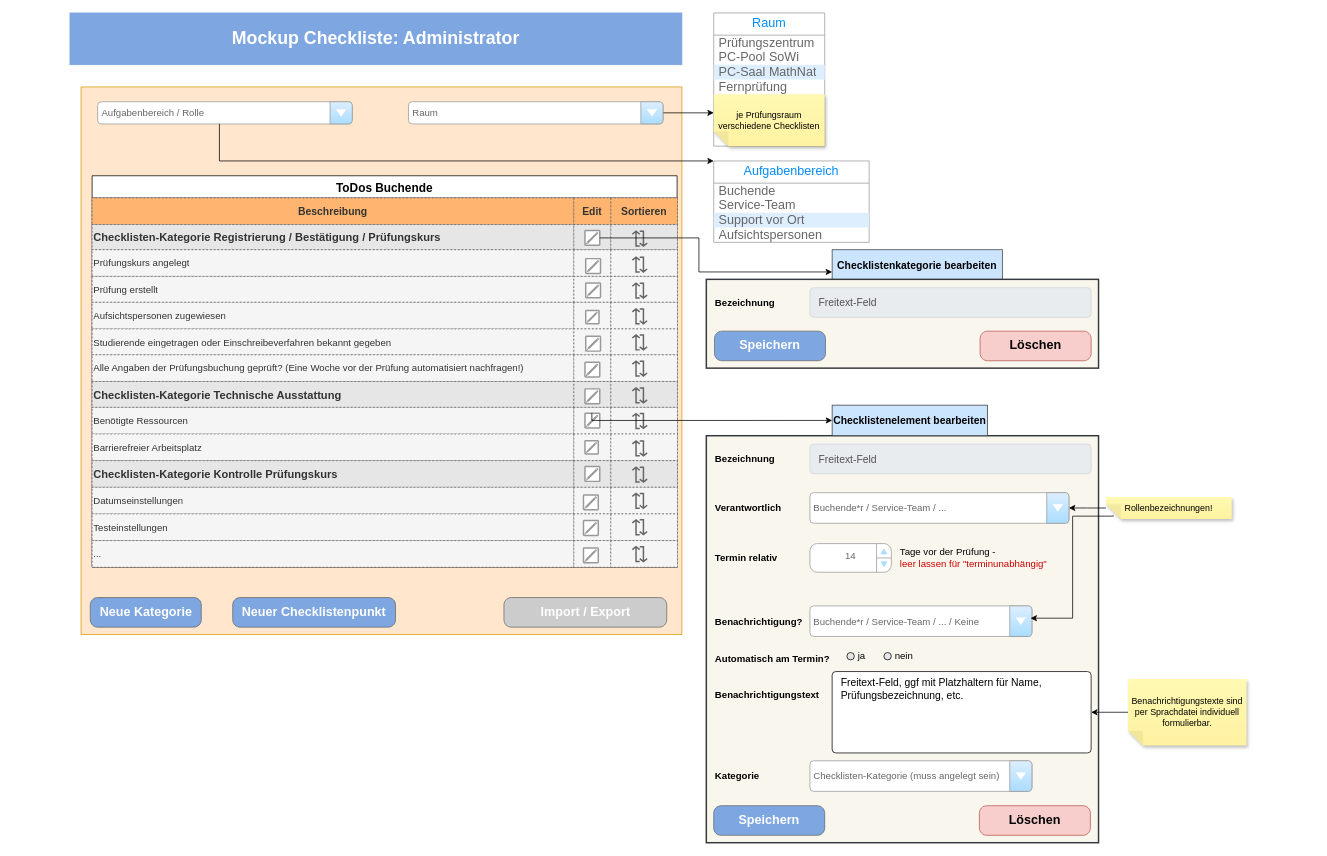
melanietreitinger/buchungstool keeps this draw.io diagram as page "Checkliste" (1 of 2) of Administrator.drawio. Above is the earlier version. Source tidied: cells renumbered, new cells numbered last; positions are measured from the earlier drawing's top-left corner, leaving out a move shared by most shapes. Both pictures are drawn from the tidied source at 74%, with x=0, y=0 at pixel (70, 13).
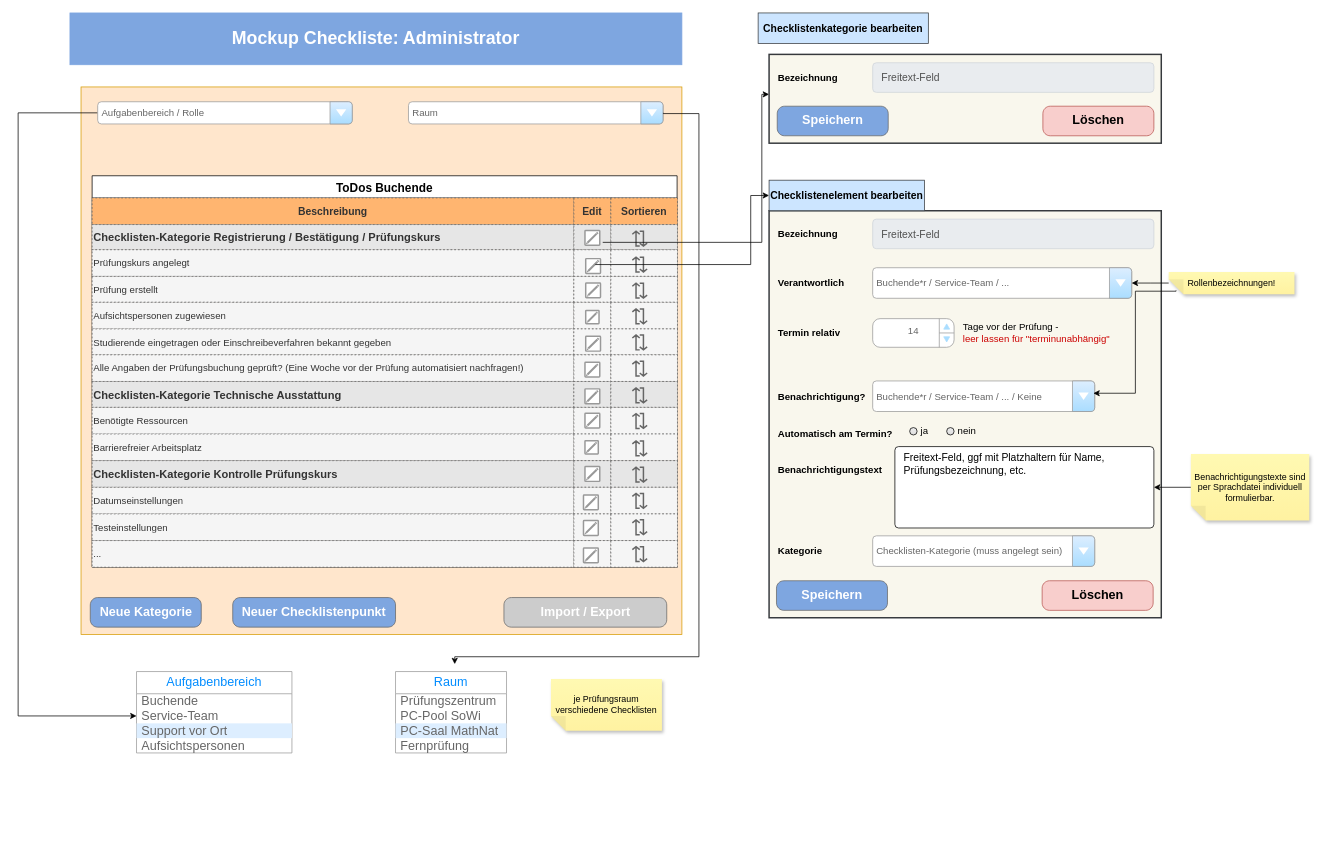
The same page after the edit.

Unchanged cells that the change refers to:
```xml
<mxCell id="65" style="strokeColor=#999999;verticalLabelPosition=bottom;shadow=0;dashed=0;verticalAlign=top;strokeWidth=2;html=1;shape=mxgraph.mockup.misc.editIcon;rotation=0;" parent="1" vertex="1">
  <mxGeometry x="696" y="294" width="20" height="20" as="geometry" />
</mxCell>
<mxCell id="73" style="strokeColor=#999999;verticalLabelPosition=bottom;shadow=0;dashed=0;verticalAlign=top;strokeWidth=2;html=1;shape=mxgraph.mockup.misc.editIcon;rotation=0;" parent="1" vertex="1">
  <mxGeometry x="696" y="541" width="20" height="20" as="geometry" />
</mxCell>
<mxCell id="79" value="&lt;font style=&quot;font-size: 13px;&quot;&gt;Aufgabenbereich / Rolle&lt;/font&gt;" style="strokeWidth=1;shadow=0;dashed=0;align=center;html=1;shape=mxgraph.mockup.forms.comboBox;strokeColor=#999999;fillColor=#ddeeff;align=left;fillColor2=#aaddff;mainText=;fontColor=#666666;fontSize=17;spacingLeft=3;" parent="1" vertex="1">
  <mxGeometry x="37.5" y="120" width="344" height="30" as="geometry" />
</mxCell>
<mxCell id="145" value="Service-Team" style="text;spacing=0;strokeColor=none;align=left;verticalAlign=middle;spacingLeft=7;spacingRight=10;overflow=hidden;points=[[0,0.5],[1,0.5]];portConstraint=eastwest;whiteSpace=wrap;html=1;rSize=5;fillColor=none;fontColor=#666666;fontSize=17;" parent="143" vertex="1">
  <mxGeometry y="50" width="210" height="20" as="geometry" />
</mxCell>
```

What changed in the source:
```diff
@@
+    <mxCell id="150" style="edgeStyle=orthogonalEdgeStyle;rounded=0;jettySize=auto;html=1;entryX=0;entryY=0.5;entryDx=0;entryDy=0;" parent="1" edge="1" source="79" target="145">
+      <mxGeometry relative="1" as="geometry">
+        <Array as="points">
+          <mxPoint x="-70" y="135" />
+          <mxPoint x="-70" y="950" />
+        </Array>
+      </mxGeometry>
+    </mxCell>
@@
+    <mxCell id="142" value="je Prüfungsraum verschiedene Checklisten" style="shape=note;whiteSpace=wrap;html=1;backgroundOutline=1;fontColor=#000000;darkOpacity=0.05;fillColor=#FFF9B2;strokeColor=none;fillStyle=solid;direction=west;gradientDirection=north;gradientColor=#FFF2A1;shadow=1;size=20;" parent="1" vertex="1">
+      <mxGeometry x="650" y="900" width="150" height="70" as="geometry" />
+    </mxCell>
@@
-    <mxCell id="95" style="edgeStyle=orthogonalEdgeStyle;rounded=0;jettySize=auto;html=1;exitX=0.467;exitY=-0.017;exitDx=0;exitDy=0;exitPerimeter=0;entryX=0;entryY=0.5;entryDx=0;entryDy=0;" parent="94" edge="1" source="73" target="97">
+    <mxCell id="95" style="edgeStyle=orthogonalEdgeStyle;rounded=0;jettySize=auto;html=1;entryX=0;entryY=0.5;entryDx=0;entryDy=0;" parent="94" edge="1" target="97">
       <mxGeometry relative="1" as="geometry">
+        <mxPoint x="710" y="340" as="sourcePoint" />
         <Array as="points">
-          <mxPoint x="705" y="550" />
+          <mxPoint x="920" y="340" />
+          <mxPoint x="920" y="247" />
         </Array>
       </mxGeometry>
     </mxCell>
     <mxCell id="96" style="whiteSpace=wrap;html=1;verticalAlign=top;strokeColor=#36393d;shadow=0;dashed=0;strokeWidth=2;fillColor=#f9f7ed;" parent="94" vertex="1">
-      <mxGeometry x="860" y="571.3" width="530" height="550" as="geometry" />
+      <mxGeometry x="944.8" y="267.3" width="530" height="550" as="geometry" />
     </mxCell>
     <mxCell id="97" value="Checklistenelement bearbeiten" style="text;strokeColor=#36393d;align=center;fillColor=#cce5ff;html=1;verticalAlign=middle;whiteSpace=wrap;rounded=0;fontStyle=1;fontSize=14;" parent="94" vertex="1">
-      <mxGeometry x="1030" y="530" width="210" height="41.3" as="geometry" />
+      <mxGeometry x="944.8" y="226" width="210" height="41.3" as="geometry" />
     </mxCell>
     <mxCell id="98" value="Bezeichnung" style="text;strokeColor=none;align=left;fillColor=none;html=1;verticalAlign=middle;whiteSpace=wrap;rounded=0;fontStyle=1;fontSize=13;" parent="94" vertex="1">
-      <mxGeometry x="870" y="581.3" width="90" height="41.3" as="geometry" />
+      <mxGeometry x="954.8" y="277.3" width="90" height="41.3" as="geometry" />
     </mxCell>
     <mxCell id="99" value="Verantwortlich" style="text;strokeColor=none;align=left;fillColor=none;html=1;verticalAlign=middle;whiteSpace=wrap;rounded=0;fontStyle=1;fontSize=13;" parent="94" vertex="1">
-      <mxGeometry x="870" y="648.3" width="90" height="41.3" as="geometry" />
+      <mxGeometry x="954.8" y="344.3" width="90" height="41.3" as="geometry" />
     </mxCell>
     <mxCell id="100" value="Buchende*r / Service-Team / ..." style="strokeWidth=1;shadow=0;dashed=0;align=center;html=1;shape=mxgraph.mockup.forms.comboBox;strokeColor=#999999;fillColor=#ddeeff;align=left;fillColor2=#aaddff;mainText=;fontColor=#666666;fontSize=13;spacingLeft=3;" parent="94" vertex="1">
-      <mxGeometry x="1000" y="648.3" width="350" height="41.3" as="geometry" />
+      <mxGeometry x="1084.8" y="344.3" width="350" height="41.3" as="geometry" />
     </mxCell>
     <mxCell id="101" value="Freitext-Feld" style="html=1;shadow=0;dashed=0;shape=mxgraph.bootstrap.rrect;rSize=5;strokeColor=#CED4DA;strokeWidth=1;fillColor=#E9ECEF;fontColor=#505050;whiteSpace=wrap;align=left;verticalAlign=middle;spacingLeft=10;fontSize=14;" parent="94" vertex="1">
-      <mxGeometry x="1000" y="582.6" width="380" height="40" as="geometry" />
+      <mxGeometry x="1084.8" y="278.6" width="380" height="40" as="geometry" />
     </mxCell>
     <mxCell id="102" style="group;" parent="94" vertex="1">
-      <mxGeometry x="870" y="851.3" width="240" height="41.3" as="geometry" />
+      <mxGeometry x="954.8" y="547.3" width="240" height="41.3" as="geometry" />
     </mxCell>
@@
     <mxCell id="107" style="group;" parent="94" vertex="1">
-      <mxGeometry x="870" y="1010.6" width="430" height="41.3" as="geometry" />
+      <mxGeometry x="954.8" y="706.6" width="430" height="41.3" as="geometry" />
     </mxCell>
@@
     <mxCell id="110" value="Checklistenkategorie bearbeiten" style="text;strokeColor=#36393d;align=center;fillColor=#cce5ff;html=1;verticalAlign=middle;whiteSpace=wrap;rounded=0;fontStyle=1;fontSize=14;" parent="94" vertex="1">
-      <mxGeometry x="1030" y="320" width="230" height="41.3" as="geometry" />
+      <mxGeometry x="930" width="230" height="41.3" as="geometry" />
     </mxCell>
-    <mxCell id="111" style="edgeStyle=orthogonalEdgeStyle;rounded=0;jettySize=auto;html=1;" parent="94" edge="1" source="65" target="110">
+    <mxCell id="111" style="edgeStyle=orthogonalEdgeStyle;rounded=0;jettySize=auto;html=1;" parent="94" edge="1" target="127">
       <mxGeometry relative="1" as="geometry">
+        <mxPoint x="720" y="310" as="sourcePoint" />
         <Array as="points">
-          <mxPoint x="850" y="304" />
-          <mxPoint x="850" y="350" />
+          <mxPoint x="935" y="310" />
+          <mxPoint x="935" y="110" />
         </Array>
       </mxGeometry>
     </mxCell>
     <mxCell id="112" style="group;" parent="94" vertex="1">
-      <mxGeometry x="870" y="1071.3" width="509" height="40" as="geometry" />
+      <mxGeometry x="954.8" y="767.3" width="509" height="40" as="geometry" />
     </mxCell>
@@
     <mxCell id="116" value="Benachrichtigungstexte sind per Sprachdatei individuell formulierbar." style="shape=note;whiteSpace=wrap;html=1;backgroundOutline=1;fontColor=#000000;darkOpacity=0.05;fillColor=#FFF9B2;strokeColor=none;fillStyle=solid;direction=west;gradientDirection=north;gradientColor=#FFF2A1;shadow=1;size=20;" parent="94" vertex="1">
-      <mxGeometry x="1430" y="900" width="160" height="90" as="geometry" />
+      <mxGeometry x="1514.8" y="596" width="160" height="90" as="geometry" />
     </mxCell>
     <mxCell id="117" value="Benachrichtigung?" style="text;strokeColor=none;align=left;fillColor=none;html=1;verticalAlign=middle;whiteSpace=wrap;rounded=0;fontStyle=1;fontSize=13;" parent="94" vertex="1">
-      <mxGeometry x="870" y="801.3" width="120" height="41.3" as="geometry" />
+      <mxGeometry x="954.8" y="497.3" width="120" height="41.3" as="geometry" />
     </mxCell>
     <mxCell id="118" value="Buchende*r / Service-Team / ... / Keine" style="strokeWidth=1;shadow=0;dashed=0;align=center;html=1;shape=mxgraph.mockup.forms.comboBox;strokeColor=#999999;fillColor=#ddeeff;align=left;fillColor2=#aaddff;mainText=;fontColor=#666666;fontSize=13;spacingLeft=3;" parent="94" vertex="1">
-      <mxGeometry x="1000" y="801.3" width="300" height="41.3" as="geometry" />
+      <mxGeometry x="1084.8" y="497.3" width="300" height="41.3" as="geometry" />
     </mxCell>
     <mxCell id="119" style="group;" parent="94" vertex="1">
-      <mxGeometry x="870" y="690" width="700" height="212.3" as="geometry" />
+      <mxGeometry x="954.8" y="386" width="700" height="212.3" as="geometry" />
     </mxCell>
@@
     <mxCell id="125" value="Rollenbezeichnungen!" style="shape=note;whiteSpace=wrap;html=1;backgroundOutline=1;fontColor=#000000;darkOpacity=0.05;fillColor=#FFF9B2;strokeColor=none;fillStyle=solid;direction=west;gradientDirection=north;gradientColor=#FFF2A1;shadow=1;size=20;" parent="94" vertex="1">
-      <mxGeometry x="1400" y="654" width="170" height="30" as="geometry" />
+      <mxGeometry x="1484.8" y="350" width="170" height="30" as="geometry" />
     </mxCell>
     <mxCell id="126" style="edgeStyle=orthogonalEdgeStyle;rounded=0;jettySize=auto;html=1;entryX=0.994;entryY=0.402;entryDx=0;entryDy=0;entryPerimeter=0;" parent="94" edge="1" target="118">
       <mxGeometry relative="1" as="geometry">
-        <mxPoint x="1410" y="679" as="sourcePoint" />
+        <mxPoint x="1494.8" y="375" as="sourcePoint" />
         <Array as="points">
-          <mxPoint x="1410" y="680" />
-          <mxPoint x="1355" y="680" />
-          <mxPoint x="1355" y="818" />
+          <mxPoint x="1494.8" y="376" />
+          <mxPoint x="1439.8" y="376" />
+          <mxPoint x="1439.8" y="514" />
         </Array>
       </mxGeometry>
     </mxCell>
     <mxCell id="127" style="whiteSpace=wrap;html=1;verticalAlign=top;strokeColor=#36393d;shadow=0;dashed=0;strokeWidth=2;fillColor=#f9f7ed;" parent="94" vertex="1">
-      <mxGeometry x="860" y="360" width="530" height="120" as="geometry" />
+      <mxGeometry x="944.8" y="56" width="530" height="120" as="geometry" />
     </mxCell>
     <mxCell id="128" style="group;" parent="94" vertex="1">
-      <mxGeometry x="871" y="430" width="509" height="40" as="geometry" />
+      <mxGeometry x="955.8" y="126" width="509" height="40" as="geometry" />
     </mxCell>
@@
     <mxCell id="131" value="Benachrichtigungstext" style="text;strokeColor=none;align=left;fillColor=none;html=1;verticalAlign=middle;whiteSpace=wrap;rounded=0;fontStyle=1;fontSize=13;" parent="94" vertex="1">
-      <mxGeometry x="870" y="900" width="90" height="41.3" as="geometry" />
+      <mxGeometry x="954.8" y="596" width="90" height="41.3" as="geometry" />
     </mxCell>
     <mxCell id="132" value="Freitext-Feld, ggf mit Platzhaltern für Name, Prüfungsbezeichnung, etc." style="html=1;shadow=0;dashed=0;shape=mxgraph.bootstrap.rrect;rSize=5;strokeWidth=1;whiteSpace=wrap;align=left;verticalAlign=top;spacingLeft=10;fontSize=14;" parent="94" vertex="1">
-      <mxGeometry x="1030" y="890" width="350" height="110" as="geometry" />
+      <mxGeometry x="1114.8" y="586" width="350" height="110" as="geometry" />
     </mxCell>
     <mxCell id="133" style="group;" parent="94" vertex="1">
-      <mxGeometry x="870" y="370" width="510" height="41.3" as="geometry" />
+      <mxGeometry x="954.8" y="66" width="510" height="41.3" as="geometry" />
     </mxCell>
@@
     <mxCell id="137" value="Raum" style="swimlane;strokeColor=#999999;swimlaneFillColor=#FFFFFF;fillColor=#ffffff;fontColor=#008CFF;fontStyle=0;horizontal=1;startSize=30;whiteSpace=wrap;html=1;fontSize=17;" parent="136" vertex="1">
-      <mxGeometry x="870" width="150" height="180" as="geometry" />
+      <mxGeometry x="440" y="890" width="150" height="110" as="geometry" />
     </mxCell>
@@
-    <mxCell id="142" value="je Prüfungsraum verschiedene Checklisten" style="shape=note;whiteSpace=wrap;html=1;backgroundOutline=1;fontColor=#000000;darkOpacity=0.05;fillColor=#FFF9B2;strokeColor=none;fillStyle=solid;direction=west;gradientDirection=north;gradientColor=#FFF2A1;shadow=1;size=20;" parent="137" vertex="1">
-      <mxGeometry y="110" width="150" height="70" as="geometry" />
-    </mxCell>
     <mxCell id="143" value="Aufgabenbereich" style="swimlane;strokeColor=#999999;swimlaneFillColor=#FFFFFF;fillColor=#ffffff;fontColor=#008CFF;fontStyle=0;horizontal=1;startSize=30;whiteSpace=wrap;html=1;fontSize=17;" parent="136" vertex="1">
-      <mxGeometry x="870" y="200" width="210" height="110" as="geometry" />
+      <mxGeometry x="90" y="890" width="210" height="110" as="geometry" />
     </mxCell>
@@
-    <mxCell id="148" style="rounded=0;jettySize=auto;html=1;edgeStyle=orthogonalEdgeStyle;" parent="136" edge="1" target="143">
-      <mxGeometry relative="1" as="geometry">
-        <mxPoint x="202" y="150" as="sourcePoint" />
-        <Array as="points">
-          <mxPoint x="202" y="200" />
-        </Array>
-      </mxGeometry>
-    </mxCell>
     <mxCell id="149" style="edgeStyle=orthogonalEdgeStyle;rounded=0;orthogonalLoop=1;jettySize=auto;html=1;" parent="136" edge="1">
       <mxGeometry relative="1" as="geometry">
         <mxPoint x="802" y="135" as="sourcePoint" />
-        <mxPoint x="870" y="135" as="targetPoint" />
+        <mxPoint x="520" y="880" as="targetPoint" />
+        <Array as="points">
+          <mxPoint x="850" y="136" />
+          <mxPoint x="850" y="870" />
+        </Array>
       </mxGeometry>
     </mxCell>
```
